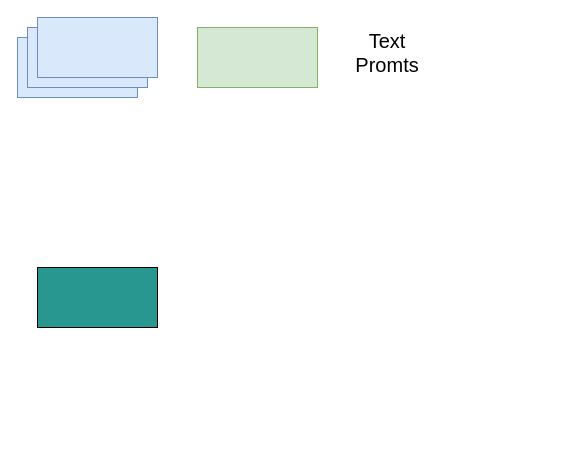
icszhr/hermes keeps this draw.io diagram as figures/Intro.drawio. Above is the earlier version. Source tidied: cells renumbered, new cells numbered last; positions are measured from the earlier drawing's top-left corner, leaving out a move shared by most shapes. Both pictures are drawn from the tidied source at 100%, with x=0, y=0 at pixel (17, 17).
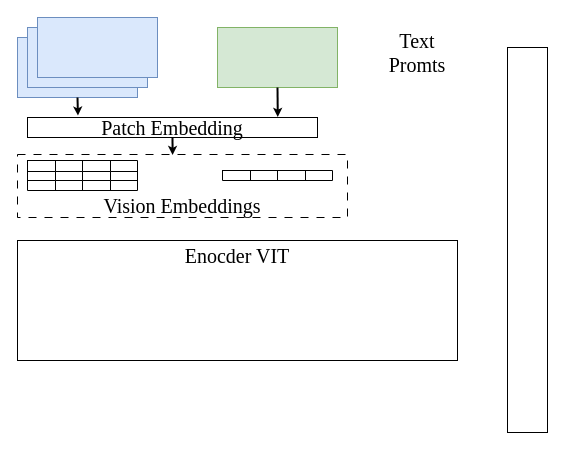
Above is the later version.

The edit, as a diff of the source:
```diff
@@
+    <mxCell id="8" style="rounded=0;whiteSpace=wrap;html=1;fillColor=none;dashed=1;dashPattern=8 8;fontFamily=Times New Roman;" parent="1" vertex="1">
+      <mxGeometry y="137" width="330" height="63" as="geometry" />
+    </mxCell>
-    <mxCell id="2" style="rounded=0;whiteSpace=wrap;html=1;fillColor=#dae8fc;strokeColor=#6c8ebf;" parent="1" vertex="1">
+    <mxCell id="2" style="rounded=0;whiteSpace=wrap;html=1;fillColor=#dae8fc;strokeColor=#6c8ebf;fontFamily=Times New Roman;" parent="1" vertex="1">
       <mxGeometry y="20" width="120" height="60" as="geometry" />
     </mxCell>
-    <mxCell id="3" style="rounded=0;whiteSpace=wrap;html=1;fillColor=#dae8fc;strokeColor=#6c8ebf;" parent="1" vertex="1">
+    <mxCell id="3" style="rounded=0;whiteSpace=wrap;html=1;fillColor=#dae8fc;strokeColor=#6c8ebf;fontFamily=Times New Roman;" parent="1" vertex="1">
       <mxGeometry x="10" y="10" width="120" height="60" as="geometry" />
     </mxCell>
-    <mxCell id="4" style="rounded=0;whiteSpace=wrap;html=1;fillColor=#dae8fc;strokeColor=#6c8ebf;" parent="1" vertex="1">
+    <mxCell id="4" style="rounded=0;whiteSpace=wrap;html=1;fillColor=#dae8fc;strokeColor=#6c8ebf;fontFamily=Times New Roman;" parent="1" vertex="1">
       <mxGeometry x="20" width="120" height="60" as="geometry" />
     </mxCell>
-    <mxCell id="5" style="rounded=0;whiteSpace=wrap;html=1;fillColor=#d5e8d4;strokeColor=#82b366;" parent="1" vertex="1">
-      <mxGeometry x="180" y="10" width="120" height="60" as="geometry" />
+    <mxCell id="5" style="rounded=0;whiteSpace=wrap;html=1;fillColor=#d5e8d4;strokeColor=#82b366;fontFamily=Times New Roman;" parent="1" vertex="1">
+      <mxGeometry x="200" y="10" width="120" height="60" as="geometry" />
     </mxCell>
-    <mxCell id="6" value="&lt;font style=&quot;font-size: 20px;&quot;&gt;Text Promts&lt;/font&gt;" style="text;html=1;whiteSpace=wrap;strokeColor=none;fillColor=none;align=center;verticalAlign=middle;rounded=0;" parent="1" vertex="1">
-      <mxGeometry x="340" y="20" width="60" height="30" as="geometry" />
+    <mxCell id="6" value="&lt;font style=&quot;font-size: 20px;&quot;&gt;Text Promts&lt;/font&gt;" style="text;html=1;whiteSpace=wrap;strokeColor=none;fillColor=none;align=center;verticalAlign=middle;rounded=0;fontFamily=Times New Roman;" parent="1" vertex="1">
+      <mxGeometry x="370" y="20" width="60" height="30" as="geometry" />
     </mxCell>
-    <mxCell id="7" style="rounded=0;whiteSpace=wrap;html=1;fillColor=light-dark(#289790, #ededed);" parent="1" vertex="1">
-      <mxGeometry x="20" y="250" width="120" height="60" as="geometry" />
-    </mxCell>
+    <mxCell id="9" style="rounded=0;whiteSpace=wrap;html=1;fontFamily=Times New Roman;" parent="1" vertex="1">
+      <mxGeometry x="490" y="30" width="40" height="385" as="geometry" />
+    </mxCell>
+    <mxCell id="10" style="shape=table;startSize=0;childLayout=tableLayout;fontFamily=Times New Roman;" parent="1" vertex="1">
+      <mxGeometry x="10" y="143" width="110" height="30" as="geometry" />
+    </mxCell>
+    <mxCell id="11" style="shape=tableRow;horizontal=0;startSize=0;swimlaneHead=0;swimlaneBody=0;strokeColor=inherit;top=0;left=0;bottom=0;right=0;fillColor=none;fontFamily=Times New Roman;" parent="10" vertex="1">
+      <mxGeometry width="110" height="11" as="geometry" />
+    </mxCell>
+    <mxCell id="12" style="shape=partialRectangle;html=1;whiteSpace=wrap;strokeColor=inherit;overflow=hidden;fillColor=none;top=0;left=0;bottom=0;right=0;fontFamily=Times New Roman;" parent="11" vertex="1">
+      <mxGeometry width="28" height="11" as="geometry" />
+    </mxCell>
+    <mxCell id="13" style="shape=partialRectangle;html=1;whiteSpace=wrap;strokeColor=inherit;overflow=hidden;fillColor=none;top=0;left=0;bottom=0;right=0;fontFamily=Times New Roman;" parent="11" vertex="1">
+      <mxGeometry x="28" width="27" height="11" as="geometry" />
+    </mxCell>
+    <mxCell id="14" style="shape=partialRectangle;html=1;whiteSpace=wrap;strokeColor=inherit;overflow=hidden;fillColor=none;top=0;left=0;bottom=0;right=0;fontFamily=Times New Roman;" parent="11" vertex="1">
+      <mxGeometry x="55" width="28" height="11" as="geometry" />
+    </mxCell>
+    <mxCell id="15" style="shape=partialRectangle;html=1;whiteSpace=wrap;strokeColor=inherit;overflow=hidden;fillColor=none;top=0;left=0;bottom=0;right=0;fontFamily=Times New Roman;" parent="11" vertex="1">
+      <mxGeometry x="83" width="27" height="11" as="geometry" />
+    </mxCell>
+    <mxCell id="16" style="shape=tableRow;horizontal=0;startSize=0;swimlaneHead=0;swimlaneBody=0;strokeColor=inherit;top=0;left=0;bottom=0;right=0;fillColor=none;fontFamily=Times New Roman;" parent="10" vertex="1">
+      <mxGeometry y="11" width="110" height="9" as="geometry" />
+    </mxCell>
+    <mxCell id="17" style="shape=partialRectangle;html=1;whiteSpace=wrap;strokeColor=inherit;overflow=hidden;fillColor=none;top=0;left=0;bottom=0;right=0;fontFamily=Times New Roman;" parent="16" vertex="1">
+      <mxGeometry width="28" height="9" as="geometry" />
+    </mxCell>
+    <mxCell id="18" style="shape=partialRectangle;html=1;whiteSpace=wrap;strokeColor=inherit;overflow=hidden;fillColor=none;top=0;left=0;bottom=0;right=0;fontFamily=Times New Roman;" parent="16" vertex="1">
+      <mxGeometry x="28" width="27" height="9" as="geometry" />
+    </mxCell>
+    <mxCell id="19" style="shape=partialRectangle;html=1;whiteSpace=wrap;strokeColor=inherit;overflow=hidden;fillColor=none;top=0;left=0;bottom=0;right=0;fontFamily=Times New Roman;" parent="16" vertex="1">
+      <mxGeometry x="55" width="28" height="9" as="geometry" />
+    </mxCell>
+    <mxCell id="20" style="shape=partialRectangle;html=1;whiteSpace=wrap;strokeColor=inherit;overflow=hidden;fillColor=none;top=0;left=0;bottom=0;right=0;fontFamily=Times New Roman;" parent="16" vertex="1">
+      <mxGeometry x="83" width="27" height="9" as="geometry" />
+    </mxCell>
+    <mxCell id="21" style="shape=tableRow;horizontal=0;startSize=0;swimlaneHead=0;swimlaneBody=0;strokeColor=inherit;top=0;left=0;bottom=0;right=0;fillColor=none;fontFamily=Times New Roman;" parent="10" vertex="1">
+      <mxGeometry y="20" width="110" height="10" as="geometry" />
+    </mxCell>
+    <mxCell id="22" style="shape=partialRectangle;html=1;whiteSpace=wrap;strokeColor=inherit;overflow=hidden;fillColor=none;top=0;left=0;bottom=0;right=0;fontFamily=Times New Roman;" parent="21" vertex="1">
+      <mxGeometry width="28" height="10" as="geometry" />
+    </mxCell>
+    <mxCell id="23" style="shape=partialRectangle;html=1;whiteSpace=wrap;strokeColor=inherit;overflow=hidden;fillColor=none;top=0;left=0;bottom=0;right=0;fontFamily=Times New Roman;" parent="21" vertex="1">
+      <mxGeometry x="28" width="27" height="10" as="geometry" />
+    </mxCell>
+    <mxCell id="24" style="shape=partialRectangle;html=1;whiteSpace=wrap;strokeColor=inherit;overflow=hidden;fillColor=none;top=0;left=0;bottom=0;right=0;fontFamily=Times New Roman;" parent="21" vertex="1">
+      <mxGeometry x="55" width="28" height="10" as="geometry" />
+    </mxCell>
+    <mxCell id="25" style="shape=partialRectangle;html=1;whiteSpace=wrap;strokeColor=inherit;overflow=hidden;fillColor=none;top=0;left=0;bottom=0;right=0;fontFamily=Times New Roman;" parent="21" vertex="1">
+      <mxGeometry x="83" width="27" height="10" as="geometry" />
+    </mxCell>
+    <mxCell id="26" style="shape=table;startSize=0;childLayout=tableLayout;fontFamily=Times New Roman;" parent="1" vertex="1">
+      <mxGeometry x="205" y="153" width="110" height="10" as="geometry" />
+    </mxCell>
+    <mxCell id="27" style="shape=tableRow;horizontal=0;startSize=0;swimlaneHead=0;swimlaneBody=0;strokeColor=inherit;top=0;left=0;bottom=0;right=0;fillColor=none;fontFamily=Times New Roman;" parent="26" vertex="1">
+      <mxGeometry width="110" height="10" as="geometry" />
+    </mxCell>
+    <mxCell id="28" style="shape=partialRectangle;html=1;whiteSpace=wrap;strokeColor=inherit;overflow=hidden;fillColor=none;top=0;left=0;bottom=0;right=0;fontFamily=Times New Roman;" parent="27" vertex="1">
+      <mxGeometry width="28" height="10" as="geometry" />
+    </mxCell>
+    <mxCell id="29" style="shape=partialRectangle;html=1;whiteSpace=wrap;strokeColor=inherit;overflow=hidden;fillColor=none;top=0;left=0;bottom=0;right=0;fontFamily=Times New Roman;" parent="27" vertex="1">
+      <mxGeometry x="28" width="27" height="10" as="geometry" />
+    </mxCell>
+    <mxCell id="30" style="shape=partialRectangle;html=1;whiteSpace=wrap;strokeColor=inherit;overflow=hidden;fillColor=none;top=0;left=0;bottom=0;right=0;fontFamily=Times New Roman;" parent="27" vertex="1">
+      <mxGeometry x="55" width="28" height="10" as="geometry" />
+    </mxCell>
+    <mxCell id="31" style="shape=partialRectangle;html=1;whiteSpace=wrap;strokeColor=inherit;overflow=hidden;fillColor=none;top=0;left=0;bottom=0;right=0;fontFamily=Times New Roman;" parent="27" vertex="1">
+      <mxGeometry x="83" width="27" height="10" as="geometry" />
+    </mxCell>
+    <mxCell id="32" value="&lt;font style=&quot;font-size: 20px;&quot;&gt;Vision Embeddings&lt;/font&gt;" style="text;html=1;whiteSpace=wrap;strokeColor=none;fillColor=none;align=center;verticalAlign=middle;rounded=0;fontFamily=Times New Roman;" parent="1" vertex="1">
+      <mxGeometry x="45" y="173" width="240" height="30" as="geometry" />
+    </mxCell>
+    <mxCell id="33" style="rounded=0;whiteSpace=wrap;html=1;fontFamily=Times New Roman;" parent="1" vertex="1">
+      <mxGeometry y="223" width="440" height="120" as="geometry" />
+    </mxCell>
+    <mxCell id="34" value="&lt;font style=&quot;font-size: 20px;&quot;&gt;Enocder VIT&lt;/font&gt;" style="text;html=1;whiteSpace=wrap;strokeColor=none;fillColor=none;align=center;verticalAlign=middle;rounded=0;fontFamily=Times New Roman;" parent="1" vertex="1">
+      <mxGeometry x="100" y="223" width="240" height="30" as="geometry" />
+    </mxCell>
+    <mxCell id="35" value="&lt;font style=&quot;font-size: 20px;&quot; face=&quot;Times New Roman&quot;&gt;Patch Embedding&lt;/font&gt;" style="rounded=0;whiteSpace=wrap;html=1;" parent="1" vertex="1">
+      <mxGeometry x="10" y="100" width="290" height="20" as="geometry" />
+    </mxCell>
+    <mxCell id="36" style="edgeStyle=orthogonalEdgeStyle;rounded=0;jettySize=auto;html=1;exitX=0.5;exitY=1;exitDx=0;exitDy=0;entryX=0.174;entryY=-0.094;entryDx=0;entryDy=0;entryPerimeter=0;strokeWidth=2;endSize=3;" parent="1" edge="1" source="2" target="35">
+      <mxGeometry relative="1" as="geometry" />
+    </mxCell>
+    <mxCell id="37" style="edgeStyle=orthogonalEdgeStyle;rounded=0;jettySize=auto;html=1;exitX=0.5;exitY=1;exitDx=0;exitDy=0;entryX=0.863;entryY=-0.028;entryDx=0;entryDy=0;entryPerimeter=0;strokeWidth=2;endSize=3;" parent="1" edge="1" source="5" target="35">
+      <mxGeometry relative="1" as="geometry" />
+    </mxCell>
+    <mxCell id="38" style="edgeStyle=orthogonalEdgeStyle;rounded=0;jettySize=auto;html=1;exitX=0.5;exitY=1;exitDx=0;exitDy=0;entryX=0.47;entryY=0.008;entryDx=0;entryDy=0;entryPerimeter=0;endSize=3;strokeWidth=2;" parent="1" edge="1" source="35" target="8">
+      <mxGeometry relative="1" as="geometry" />
+    </mxCell>
```
